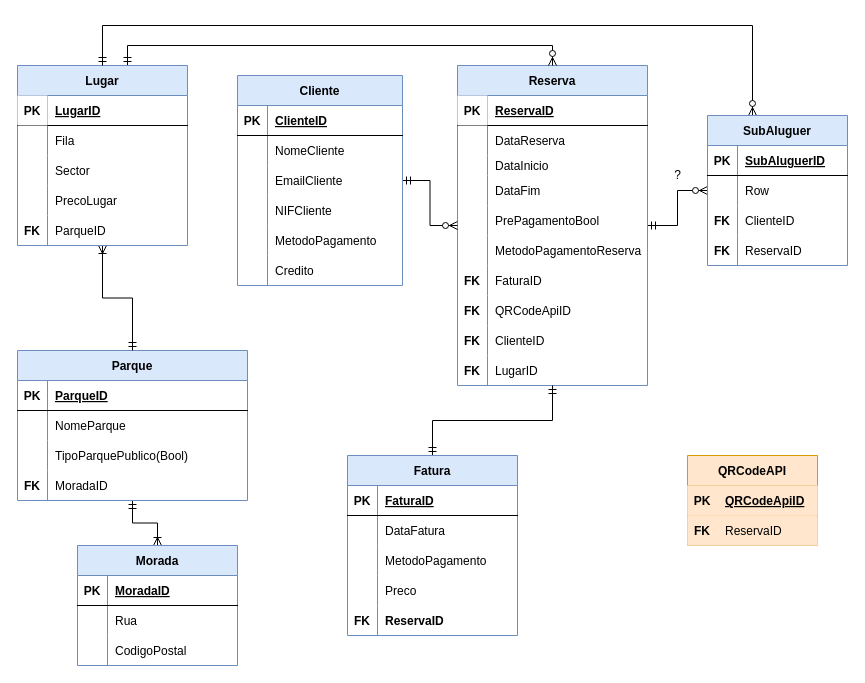
This is ERSmartParking.drawio from PauloTor/UPskillDOTNET, a draw.io file, before an edit. Source tidied: cells renumbered, new cells numbered last; positions are measured from the earlier drawing's top-left corner, leaving out a move shared by most shapes. Both pictures are drawn from the tidied source at 100%, with x=0, y=0 at pixel (17, 25).
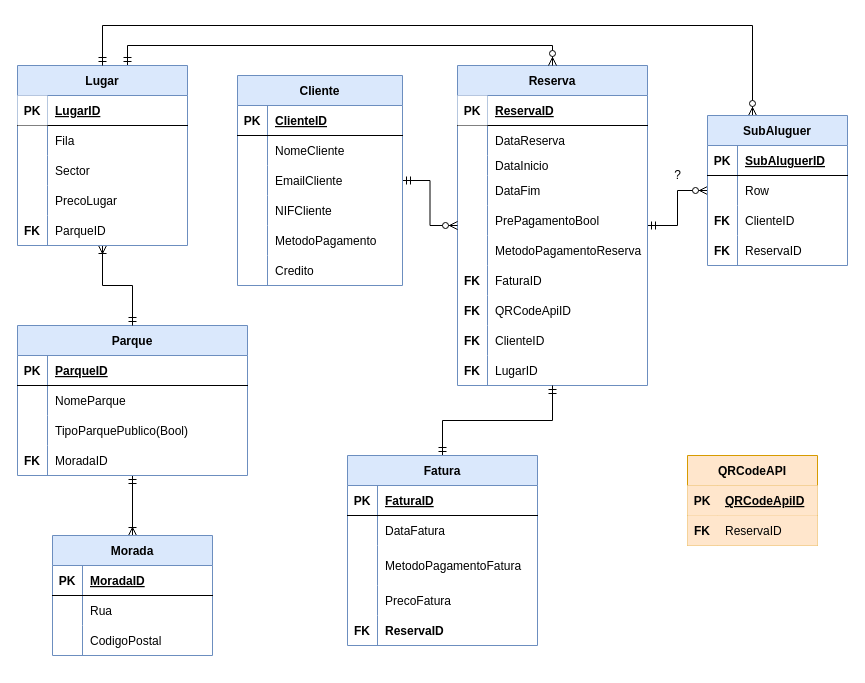
After the change.

Commit message (it also covers changes not shown here):
Class Fatura e update no ER da Fatura

The edit, as a diff of the source:
```diff
@@
     <mxCell id="35" value="Parque" style="shape=table;startSize=30;childLayout=tableLayout;rowLines=0;fontStyle=1;align=center;fillColor=#dae8fc;strokeColor=#6c8ebf;" parent="1" vertex="1">
-      <mxGeometry y="325" width="230" height="150" as="geometry" />
+      <mxGeometry y="300" width="230" height="150" as="geometry" />
     </mxCell>
@@
     <mxCell id="87" value="Fatura" style="shape=table;startSize=30;childLayout=tableLayout;rowLines=0;fontStyle=1;align=center;fillColor=#dae8fc;strokeColor=#6c8ebf;" parent="1" vertex="1">
-      <mxGeometry x="330" y="430" width="170" height="180" as="geometry" />
+      <mxGeometry x="330" y="430" width="190" height="190" as="geometry" />
     </mxCell>
     <mxCell id="88" style="shape=partialRectangle;fillColor=none;top=0;left=0;right=0;bottom=1;" parent="87" vertex="1">
-      <mxGeometry y="30" width="170" height="30" as="geometry" />
+      <mxGeometry y="30" width="190" height="30" as="geometry" />
     </mxCell>
@@
     <mxCell id="90" value="FaturaID" style="shape=partialRectangle;overflow=hidden;fillColor=none;top=0;left=0;bottom=0;right=0;align=left;spacingLeft=6;fontStyle=5;" parent="88" vertex="1">
-      <mxGeometry x="30" width="140" height="30" as="geometry" />
+      <mxGeometry x="30" width="160" height="30" as="geometry" />
     </mxCell>
     <mxCell id="91" style="shape=partialRectangle;fillColor=none;top=0;left=0;bottom=0;right=0;" parent="87" vertex="1">
-      <mxGeometry y="60" width="170" height="30" as="geometry" />
+      <mxGeometry y="60" width="190" height="30" as="geometry" />
     </mxCell>
@@
     <mxCell id="93" value="DataFatura" style="shape=partialRectangle;fillColor=none;top=0;left=0;bottom=0;right=0;align=left;spacingLeft=6;overflow=hidden;" parent="91" vertex="1">
-      <mxGeometry x="30" width="140" height="30" as="geometry" />
+      <mxGeometry x="30" width="160" height="30" as="geometry" />
     </mxCell>
     <mxCell id="94" style="shape=partialRectangle;fillColor=none;top=0;left=0;right=0;bottom=0;" parent="87" vertex="1">
-      <mxGeometry y="90" width="170" height="30" as="geometry" />
+      <mxGeometry y="90" width="190" height="40" as="geometry" />
     </mxCell>
     <mxCell id="95" style="shape=partialRectangle;overflow=hidden;fillColor=none;top=0;left=0;bottom=0;right=0;" parent="94" vertex="1">
-      <mxGeometry width="30" height="30" as="geometry" />
+      <mxGeometry width="30" height="40" as="geometry" />
     </mxCell>
-    <mxCell id="96" value="MetodoPagamento" style="shape=partialRectangle;overflow=hidden;fillColor=none;top=0;left=0;bottom=0;right=0;align=left;spacingLeft=6;" parent="94" vertex="1">
-      <mxGeometry x="30" width="140" height="30" as="geometry" />
+    <mxCell id="96" value="MetodoPagamentoFatura" style="shape=partialRectangle;overflow=hidden;fillColor=none;top=0;left=0;bottom=0;right=0;align=left;spacingLeft=6;" parent="94" vertex="1">
+      <mxGeometry x="30" width="160" height="40" as="geometry" />
     </mxCell>
     <mxCell id="97" style="shape=partialRectangle;fillColor=none;top=0;left=0;bottom=0;right=0;" parent="87" vertex="1">
-      <mxGeometry y="120" width="170" height="30" as="geometry" />
+      <mxGeometry y="130" width="190" height="30" as="geometry" />
     </mxCell>
@@
-    <mxCell id="99" value="Preco" style="shape=partialRectangle;fillColor=none;top=0;left=0;bottom=0;right=0;align=left;spacingLeft=6;overflow=hidden;" parent="97" vertex="1">
-      <mxGeometry x="30" width="140" height="30" as="geometry" />
+    <mxCell id="99" value="PrecoFatura" style="shape=partialRectangle;fillColor=none;top=0;left=0;bottom=0;right=0;align=left;spacingLeft=6;overflow=hidden;" parent="97" vertex="1">
+      <mxGeometry x="30" width="160" height="30" as="geometry" />
     </mxCell>
     <mxCell id="100" style="shape=partialRectangle;fillColor=none;top=0;left=0;bottom=0;right=0;" parent="87" vertex="1">
-      <mxGeometry y="150" width="170" height="30" as="geometry" />
+      <mxGeometry y="160" width="190" height="30" as="geometry" />
     </mxCell>
@@
     <mxCell id="102" value="ReservaID" style="shape=partialRectangle;fillColor=none;top=0;left=0;bottom=0;right=0;align=left;spacingLeft=6;fontStyle=1;overflow=hidden;" parent="100" vertex="1">
-      <mxGeometry x="30" width="140" height="30" as="geometry" />
+      <mxGeometry x="30" width="160" height="30" as="geometry" />
     </mxCell>
     <mxCell id="103" value="Morada" style="shape=table;startSize=30;childLayout=tableLayout;rowLines=0;fontStyle=1;align=center;fillColor=#dae8fc;strokeColor=#6c8ebf;" parent="1" vertex="1">
-      <mxGeometry x="60" y="520" width="160" height="120" as="geometry" />
+      <mxGeometry x="35" y="510" width="160" height="120" as="geometry" />
     </mxCell>
```
